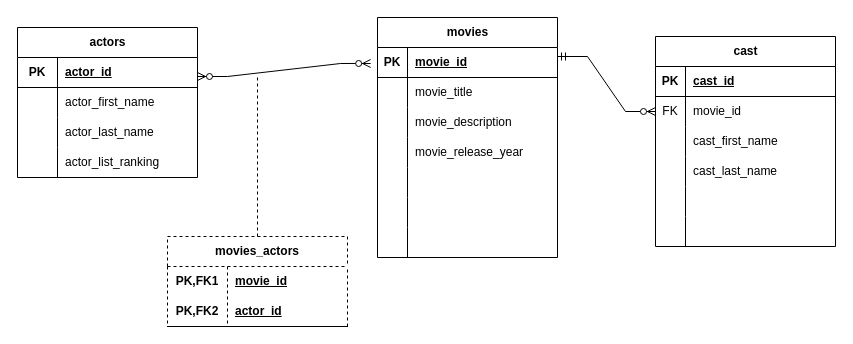
This is Final Project/Ruzga BE FINAL movie db schema.drawio from techydude9/2024-09-BE-Coding-Assignments, a draw.io file, before an edit. Source tidied: cells renumbered, new cells numbered last; positions are measured from the earlier drawing's top-left corner, leaving out a move shared by most shapes. Both pictures are drawn from the tidied source at 100%, with x=0, y=0 at pixel (17, 17).
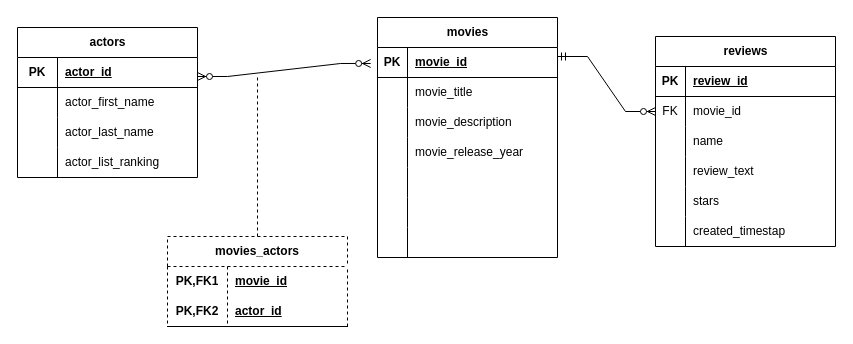
The same diagram, later.

Unchanged cells that the change refers to:
```xml
<mxCell id="25" style="shape=tableRow;horizontal=0;startSize=0;swimlaneHead=0;swimlaneBody=0;fillColor=none;top=0;left=0;right=0;bottom=1;" parent="24" vertex="1">
  <mxGeometry y="30" width="180" height="30" as="geometry" />
</mxCell>
<mxCell id="31" style="shape=tableRow;horizontal=0;startSize=0;swimlaneHead=0;swimlaneBody=0;fillColor=none;top=0;left=0;right=0;bottom=0;" parent="24" vertex="1">
  <mxGeometry y="90" width="180" height="30" as="geometry" />
</mxCell>
<mxCell id="34" style="shape=tableRow;horizontal=0;startSize=0;swimlaneHead=0;swimlaneBody=0;fillColor=none;top=0;left=0;right=0;bottom=0;" parent="24" vertex="1">
  <mxGeometry y="120" width="180" height="30" as="geometry" />
</mxCell>
<mxCell id="37" style="shape=tableRow;horizontal=0;startSize=0;swimlaneHead=0;swimlaneBody=0;fillColor=none;top=0;left=0;right=0;bottom=0;" parent="24" vertex="1">
  <mxGeometry y="150" width="180" height="30" as="geometry" />
</mxCell>
<mxCell id="40" style="shape=tableRow;horizontal=0;startSize=0;swimlaneHead=0;swimlaneBody=0;fillColor=none;top=0;left=0;right=0;bottom=0;" parent="24" vertex="1">
  <mxGeometry y="180" width="180" height="30" as="geometry" />
</mxCell>
```

Change to the diagram source:
```diff
@@
-    <mxCell id="24" value="cast" style="shape=table;startSize=30;childLayout=tableLayout;rowLines=0;fontStyle=1;align=center;html=1;" parent="1" vertex="1">
+    <mxCell id="24" value="reviews" style="shape=table;startSize=30;childLayout=tableLayout;rowLines=0;fontStyle=1;align=center;html=1;" parent="1" vertex="1">
       <mxGeometry x="638" y="19" width="180" height="210" as="geometry" />
     </mxCell>
@@
-    <mxCell id="27" value="cast_id" style="shape=partialRectangle;fillColor=none;top=0;left=0;bottom=0;right=0;align=left;spacingLeft=6;fontStyle=5;overflow=hidden;whiteSpace=wrap;html=1;" parent="25" vertex="1">
+    <mxCell id="27" value="review_id" style="shape=partialRectangle;fillColor=none;top=0;left=0;bottom=0;right=0;align=left;spacingLeft=6;fontStyle=5;overflow=hidden;whiteSpace=wrap;html=1;" parent="25" vertex="1">
       <mxGeometry x="30" width="150" height="30" as="geometry" />
     </mxCell>
@@
-    <mxCell id="33" value="cast_first_name" style="shape=partialRectangle;fillColor=none;top=0;left=0;bottom=0;right=0;align=left;spacingLeft=6;overflow=hidden;whiteSpace=wrap;html=1;" parent="31" vertex="1">
+    <mxCell id="33" value="name" style="shape=partialRectangle;fillColor=none;top=0;left=0;bottom=0;right=0;align=left;spacingLeft=6;overflow=hidden;whiteSpace=wrap;html=1;" parent="31" vertex="1">
       <mxGeometry x="30" width="150" height="30" as="geometry" />
     </mxCell>
@@
-    <mxCell id="36" value="cast_last_name" style="shape=partialRectangle;fillColor=none;top=0;left=0;bottom=0;right=0;align=left;spacingLeft=6;overflow=hidden;whiteSpace=wrap;html=1;" parent="34" vertex="1">
+    <mxCell id="36" value="review_text" style="shape=partialRectangle;fillColor=none;top=0;left=0;bottom=0;right=0;align=left;spacingLeft=6;overflow=hidden;whiteSpace=wrap;html=1;" parent="34" vertex="1">
       <mxGeometry x="30" width="150" height="30" as="geometry" />
     </mxCell>
@@
-    <mxCell id="39" style="shape=partialRectangle;fillColor=none;top=0;left=0;bottom=0;right=0;align=left;spacingLeft=6;overflow=hidden;whiteSpace=wrap;html=1;" parent="37" vertex="1">
+    <mxCell id="39" value="stars" style="shape=partialRectangle;fillColor=none;top=0;left=0;bottom=0;right=0;align=left;spacingLeft=6;overflow=hidden;whiteSpace=wrap;html=1;" parent="37" vertex="1">
       <mxGeometry x="30" width="150" height="30" as="geometry" />
     </mxCell>
@@
-    <mxCell id="42" style="shape=partialRectangle;fillColor=none;top=0;left=0;bottom=0;right=0;align=left;spacingLeft=6;overflow=hidden;whiteSpace=wrap;html=1;" parent="40" vertex="1">
+    <mxCell id="42" value="created_timestap" style="shape=partialRectangle;fillColor=none;top=0;left=0;bottom=0;right=0;align=left;spacingLeft=6;overflow=hidden;whiteSpace=wrap;html=1;" parent="40" vertex="1">
       <mxGeometry x="30" width="150" height="30" as="geometry" />
     </mxCell>
```
